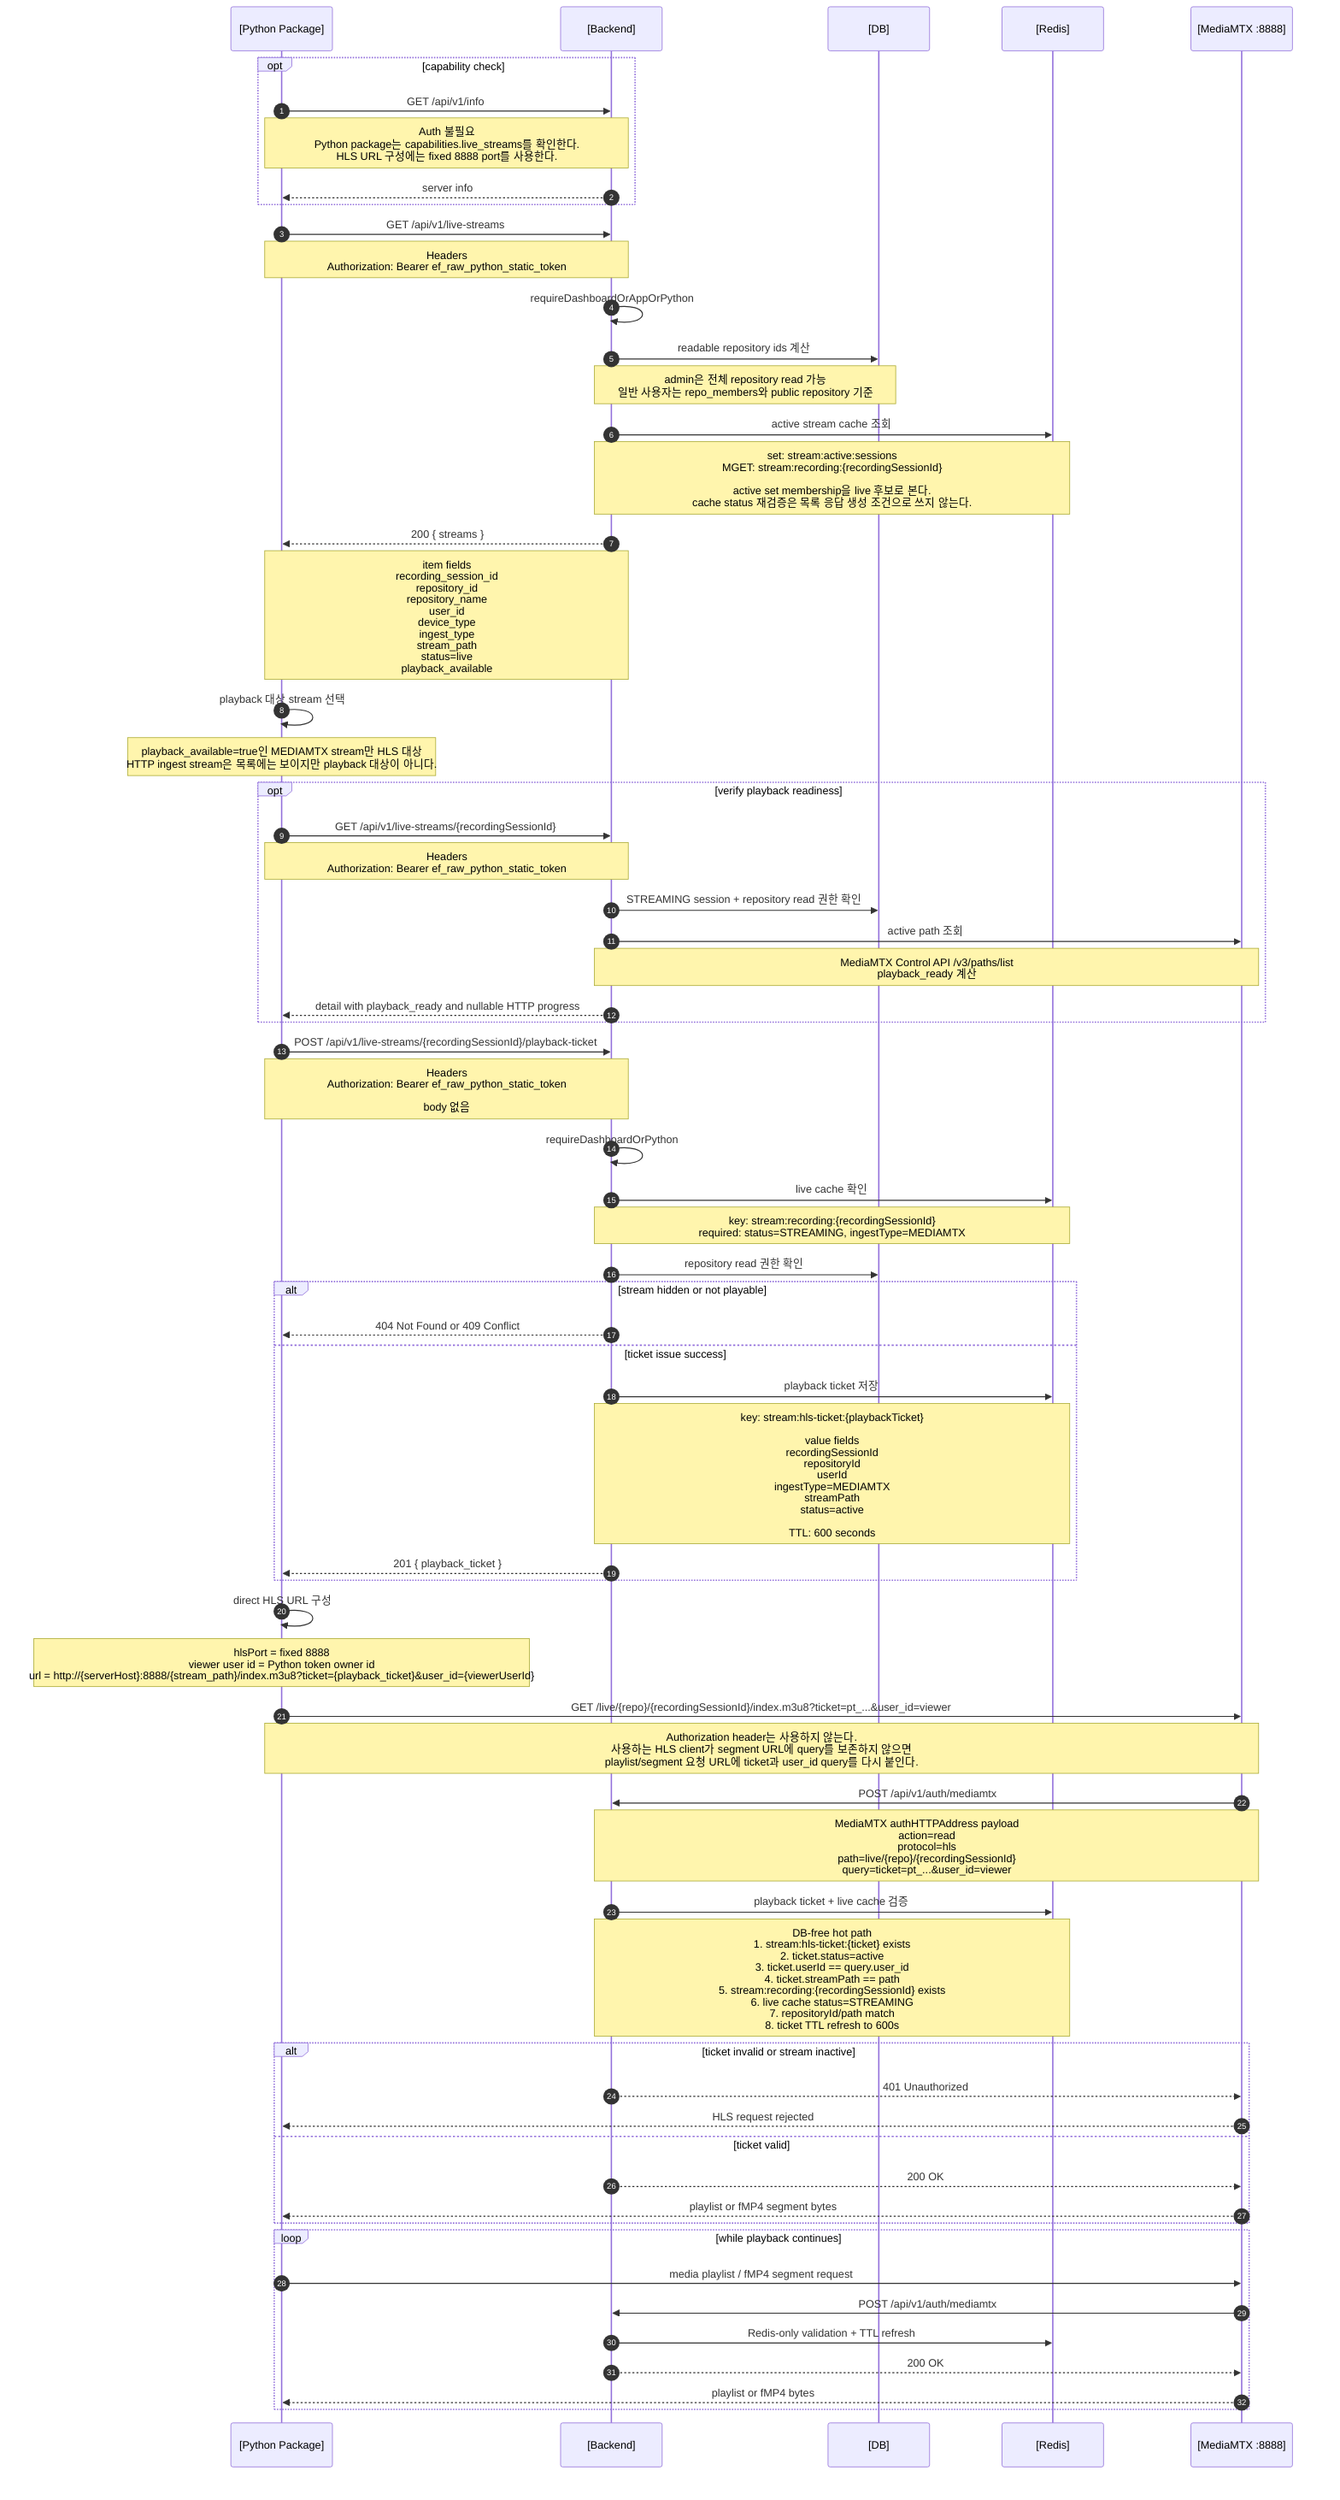
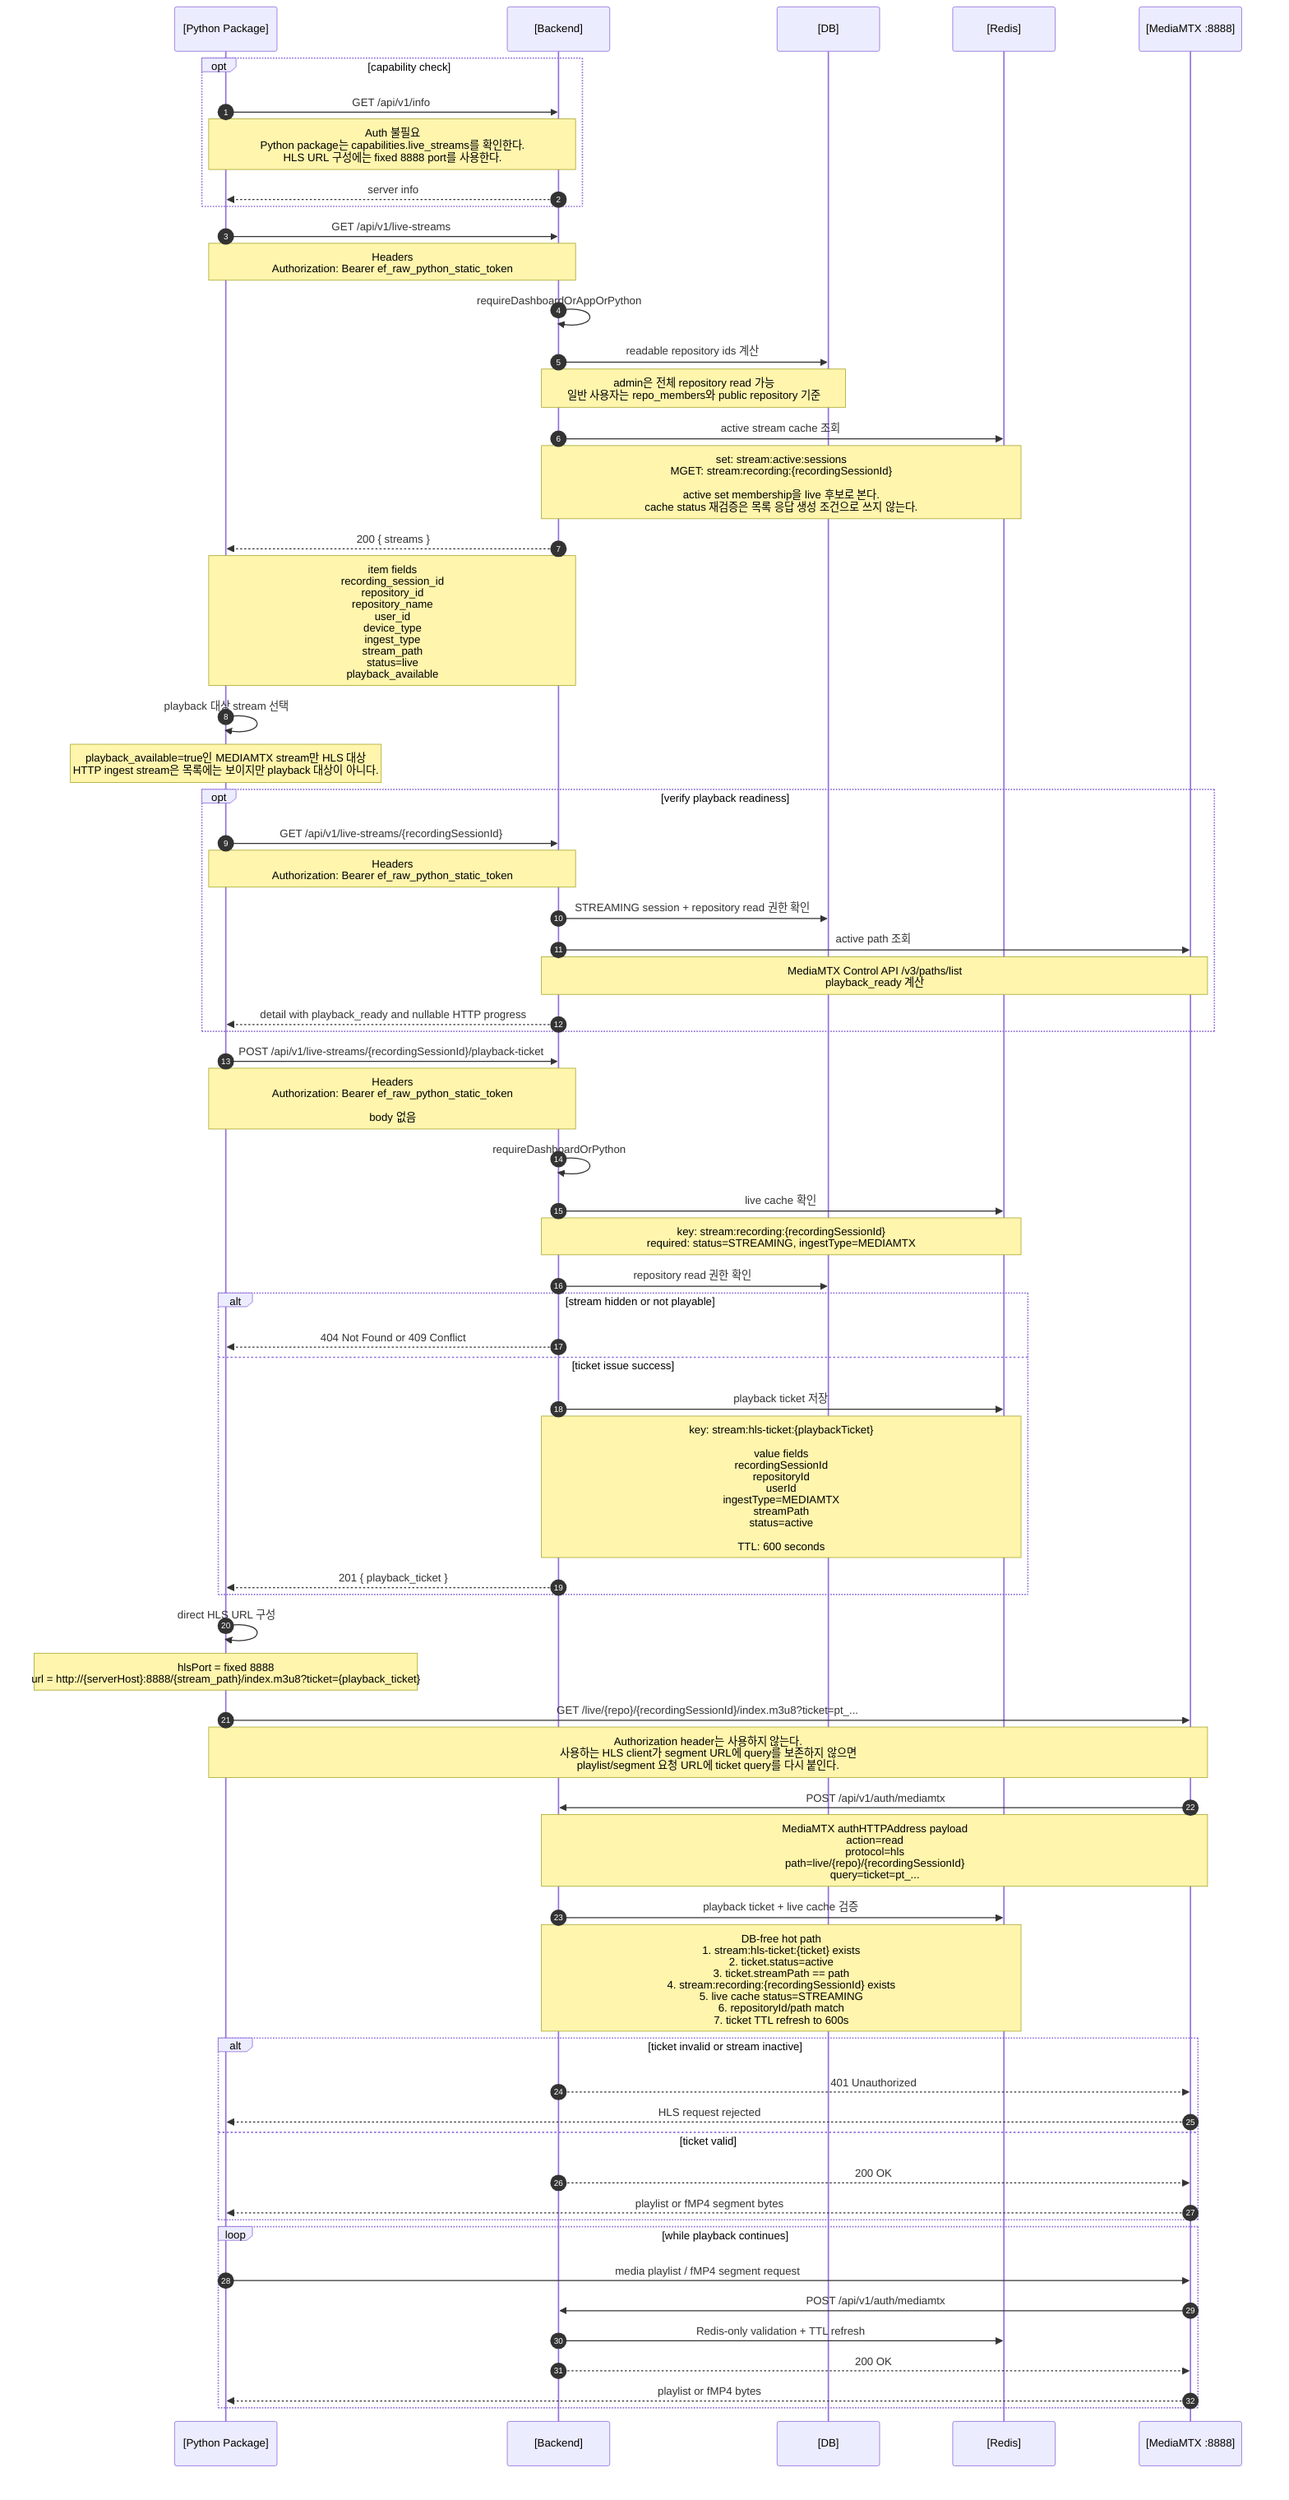
sequenceDiagram
  autonumber
  participant Python as [Python Package]
  participant Backend as [Backend]
  participant DB as [DB]
  participant Redis as [Redis]
  participant MTX as [MediaMTX :8888]

  opt capability check
    Python->>Backend: GET /api/v1/info
    Note over Python,Backend: Auth 불필요<br/>Python package는 capabilities.live_streams를 확인한다.<br/>HLS URL 구성에는 fixed 8888 port를 사용한다.
    Backend-->>Python: server info
  end

  Python->>Backend: GET /api/v1/live-streams
  Note over Python,Backend: Headers<br/>Authorization: Bearer ef_raw_python_static_token

  Backend->>Backend: requireDashboardOrAppOrPython
  Backend->>DB: readable repository ids 계산
  Note over Backend,DB: admin은 전체 repository read 가능<br/>일반 사용자는 repo_members와 public repository 기준

  Backend->>Redis: active stream cache 조회
  Note over Backend,Redis: set: stream:active:sessions<br/>MGET: stream:recording:{recordingSessionId}<br/><br/>active set membership을 live 후보로 본다.<br/>cache status 재검증은 목록 응답 생성 조건으로 쓰지 않는다.

  Backend-->>Python: 200 { streams }
  Note over Backend,Python: item fields<br/>recording_session_id<br/>repository_id<br/>repository_name<br/>user_id<br/>device_type<br/>ingest_type<br/>stream_path<br/>status=live<br/>playback_available

  Python->>Python: playback 대상 stream 선택
  Note over Python: playback_available=true인 MEDIAMTX stream만 HLS 대상<br/>HTTP ingest stream은 목록에는 보이지만 playback 대상이 아니다.

  opt verify playback readiness
    Python->>Backend: GET /api/v1/live-streams/{recordingSessionId}
    Note over Python,Backend: Headers<br/>Authorization: Bearer ef_raw_python_static_token
    Backend->>DB: STREAMING session + repository read 권한 확인
    Backend->>MTX: active path 조회
    Note over Backend,MTX: MediaMTX Control API /v3/paths/list<br/>playback_ready 계산
    Backend-->>Python: detail with playback_ready and nullable HTTP progress
  end

  Python->>Backend: POST /api/v1/live-streams/{recordingSessionId}/playback-ticket
  Note over Python,Backend: Headers<br/>Authorization: Bearer ef_raw_python_static_token<br/><br/>body 없음

  Backend->>Backend: requireDashboardOrPython
  Backend->>Redis: live cache 확인
  Note over Backend,Redis: key: stream:recording:{recordingSessionId}<br/>required: status=STREAMING, ingestType=MEDIAMTX
  Backend->>DB: repository read 권한 확인

  alt stream hidden or not playable
    Backend-->>Python: 404 Not Found or 409 Conflict
  else ticket issue success
    Backend->>Redis: playback ticket 저장
    Note over Backend,Redis: key: stream:hls-ticket:{playbackTicket}<br/><br/>value fields<br/>recordingSessionId<br/>repositoryId<br/>userId<br/>ingestType=MEDIAMTX<br/>streamPath<br/>status=active<br/><br/>TTL: 600 seconds
    Backend-->>Python: 201 { playback_ticket }
  end

  Python->>Python: direct HLS URL 구성
-   Note over Python: hlsPort = fixed 8888<br/>viewer user id = Python token owner id<br/>url = http://{serverHost}:8888/{stream_path}/index.m3u8?ticket={playback_ticket}&user_id={viewerUserId}
+   Note over Python: hlsPort = fixed 8888<br/>url = http://{serverHost}:8888/{stream_path}/index.m3u8?ticket={playback_ticket}

-   Python->>MTX: GET /live/{repo}/{recordingSessionId}/index.m3u8?ticket=pt_...&user_id=viewer
-   Note over Python,MTX: Authorization header는 사용하지 않는다.<br/>사용하는 HLS client가 segment URL에 query를 보존하지 않으면<br/>playlist/segment 요청 URL에 ticket과 user_id query를 다시 붙인다.
+   Python->>MTX: GET /live/{repo}/{recordingSessionId}/index.m3u8?ticket=pt_...
+   Note over Python,MTX: Authorization header는 사용하지 않는다.<br/>사용하는 HLS client가 segment URL에 query를 보존하지 않으면<br/>playlist/segment 요청 URL에 ticket query를 다시 붙인다.

  MTX->>Backend: POST /api/v1/auth/mediamtx
-   Note over MTX,Backend: MediaMTX authHTTPAddress payload<br/>action=read<br/>protocol=hls<br/>path=live/{repo}/{recordingSessionId}<br/>query=ticket=pt_...&user_id=viewer
+   Note over MTX,Backend: MediaMTX authHTTPAddress payload<br/>action=read<br/>protocol=hls<br/>path=live/{repo}/{recordingSessionId}<br/>query=ticket=pt_...

  Backend->>Redis: playback ticket + live cache 검증
-   Note over Backend,Redis: DB-free hot path<br/>1. stream:hls-ticket:{ticket} exists<br/>2. ticket.status=active<br/>3. ticket.userId == query.user_id<br/>4. ticket.streamPath == path<br/>5. stream:recording:{recordingSessionId} exists<br/>6. live cache status=STREAMING<br/>7. repositoryId/path match<br/>8. ticket TTL refresh to 600s
+   Note over Backend,Redis: DB-free hot path<br/>1. stream:hls-ticket:{ticket} exists<br/>2. ticket.status=active<br/>3. ticket.streamPath == path<br/>4. stream:recording:{recordingSessionId} exists<br/>5. live cache status=STREAMING<br/>6. repositoryId/path match<br/>7. ticket TTL refresh to 600s

  alt ticket invalid or stream inactive
    Backend-->>MTX: 401 Unauthorized
    MTX-->>Python: HLS request rejected
  else ticket valid
    Backend-->>MTX: 200 OK
    MTX-->>Python: playlist or fMP4 segment bytes
  end

  loop while playback continues
    Python->>MTX: media playlist / fMP4 segment request
    MTX->>Backend: POST /api/v1/auth/mediamtx
    Backend->>Redis: Redis-only validation + TTL refresh
    Backend-->>MTX: 200 OK
    MTX-->>Python: playlist or fMP4 bytes
  end

%% 참고:
%% Python playback ticket 발급은 ef_ static token으로 수행한다.
%% Python package는 direct HLS URL을 구성할 때 server info의 hls_port를 사용하지 않고 fixed 8888을 사용한다.
%% completed video manifest(/api/v1/repositories/{repoId}/manifest) 흐름과 live HLS playback은 별개다.
- %% Python HLS client는 segment request까지 ticket과 user_id query가 전달되도록 해야 한다.
+ %% Python HLS client는 segment request까지 ticket query가 전달되도록 해야 한다.
%% query가 segment request까지 자동 유지되지 않는 client라면 각 playlist/segment URL에 같은 query를 다시 붙인다.
%% HLS bytes는 Caddy를 거치지 않고 MediaMTX 8888/tcp에서 직접 받는다.
%% Caddy /hls route와 legacy HLS auth endpoint는 현재 구조에 없다.
